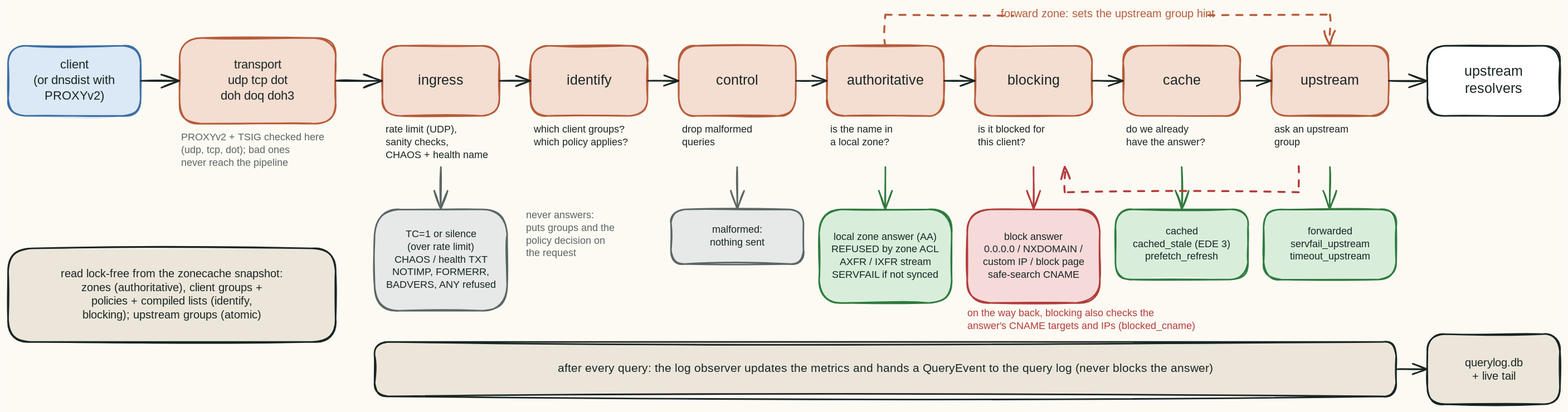
Earlier version of the Excalidraw export docs/architecture/diagrams/query-pipeline.excalidraw.svg (robertherbaugh/kudurru). Source tidied: one line per element, renumbered; positions are measured from the earlier drawing's top-left corner, leaving out a move shared by most shapes.
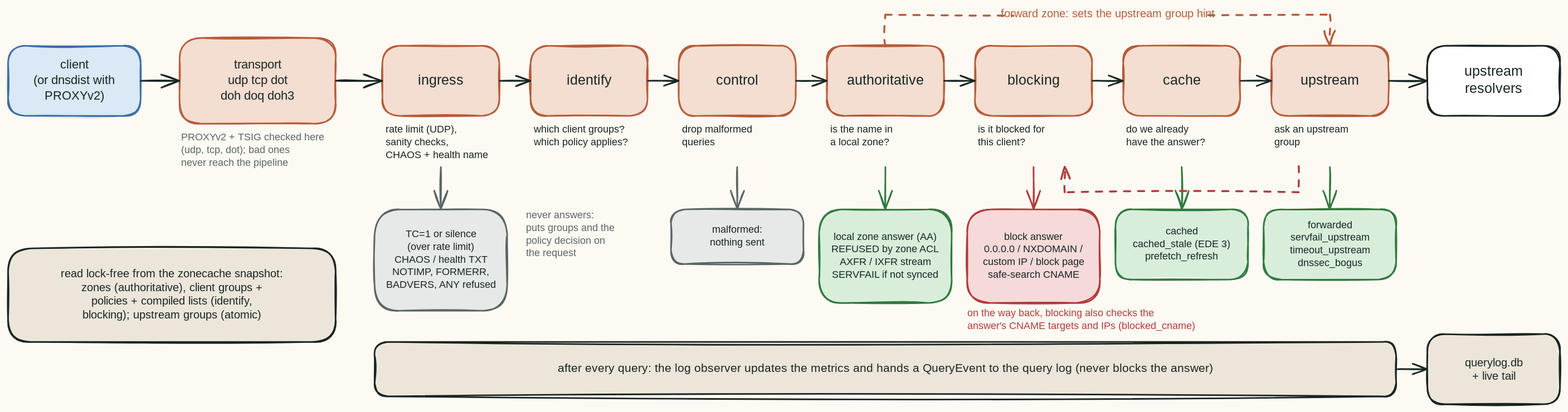
The same diagram one commit later.

Commit message:
docs(architecture): show recursion and dnssec_bogus in diagrams

The overview's upstream box now includes the root servers, and the
query pipeline's upstream statuses include dnssec_bogus. The embedded
Excalidraw scenes are updated with the rendered SVGs.

Change to the diagram source:
```diff
@@ -60,7 +60,7 @@
 {"id": 59, "type": "text", "text": "local zone answer (AA)\nREFUSED by zone ACL\nAXFR / IXFR stream\nSERVFAIL if not synced", "strokeColor": "#182522", "strokeWidth": 2, "roughness": 1, "fontSize": 13, "fontFamily": 5, "textAlign": "center", "verticalAlign": "middle", "inside": 31, "x": 1059, "y": 286, "width": 131, "height": 65}
 {"id": 60, "type": "text", "text": "block answer\n0.0.0.0 / NXDOMAIN /\ncustom IP / block page\nsafe-search CNAME", "strokeColor": "#182522", "strokeWidth": 2, "roughness": 1, "fontSize": 13, "fontFamily": 5, "textAlign": "center", "verticalAlign": "middle", "inside": 33, "x": 1253, "y": 286, "width": 125, "height": 65}
 {"id": 61, "type": "text", "text": "cached\ncached_stale (EDE 3)\nprefetch_refresh", "strokeColor": "#182522", "strokeWidth": 2, "roughness": 1, "fontSize": 13, "fontFamily": 5, "textAlign": "center", "verticalAlign": "middle", "inside": 35, "x": 1448, "y": 279, "width": 113, "height": 49}
-{"id": 62, "type": "text", "text": "forwarded\nservfail_upstream\ntimeout_upstream", "strokeColor": "#182522", "strokeWidth": 2, "roughness": 1, "fontSize": 13, "fontFamily": 5, "textAlign": "center", "verticalAlign": "middle", "inside": 37, "x": 1648, "y": 279, "width": 94, "height": 49}
+{"id": 62, "type": "text", "text": "forwarded\nservfail_upstream\ntimeout_upstream\ndnssec_bogus", "strokeColor": "#182522", "strokeWidth": 2, "roughness": 1, "fontSize": 13, "fontFamily": 5, "textAlign": "center", "verticalAlign": "middle", "inside": 37, "x": 1648, "y": 271, "width": 94, "height": 65}
 {"id": 63, "type": "text", "text": "forward zone: sets the upstream group hint", "strokeColor": "#B65C3A", "strokeWidth": 2, "roughness": 1, "fontSize": 14, "fontFamily": 5, "textAlign": "center", "verticalAlign": "middle", "inside": 40, "x": 1290, "y": 0, "width": 239, "height": 18}
 {"id": 64, "type": "text", "text": "after every query: the log observer updates the metrics and hands a QueryEvent to the query log (never blocks the answer)", "strokeColor": "#182522", "strokeWidth": 2, "roughness": 1, "fontSize": 15, "fontFamily": 5, "textAlign": "center", "verticalAlign": "middle", "inside": 43, "x": 758, "y": 454, "width": 734, "height": 19}
 {"id": 65, "type": "text", "text": "querylog.db\n+ live tail", "strokeColor": "#182522", "strokeWidth": 2, "roughness": 1, "fontSize": 14, "fontFamily": 3, "textAlign": "center", "verticalAlign": "middle", "inside": 44, "x": 1871, "y": 447, "width": 67, "height": 34}
```
